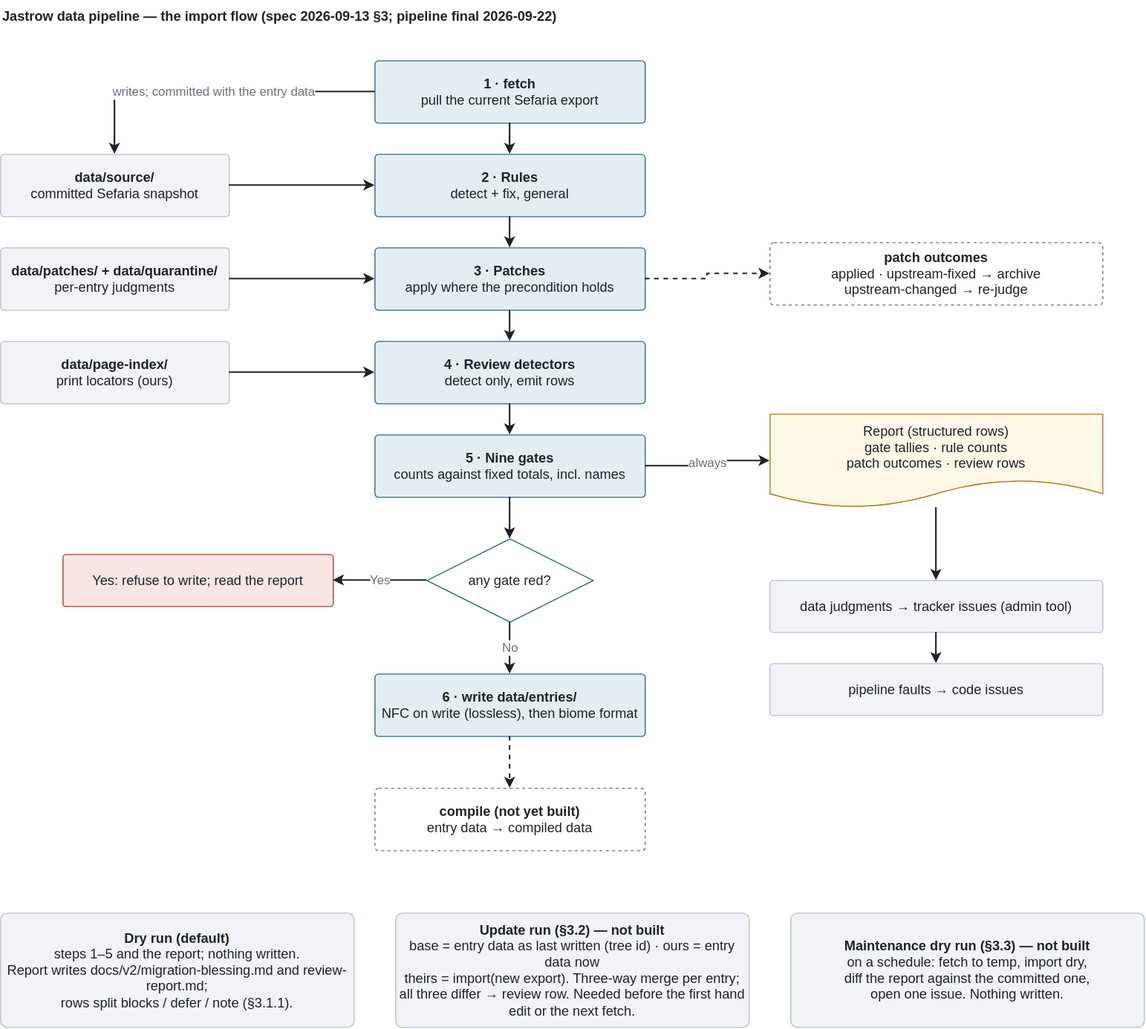
Above: docs/pipeline-flow.drawio.svg in UniquePixels/jastrow (draw.io), before the change. Source tidied: cells renumbered, new cells last; positions are measured from the earlier drawing's top-left corner, leaving out a move shared by most shapes.
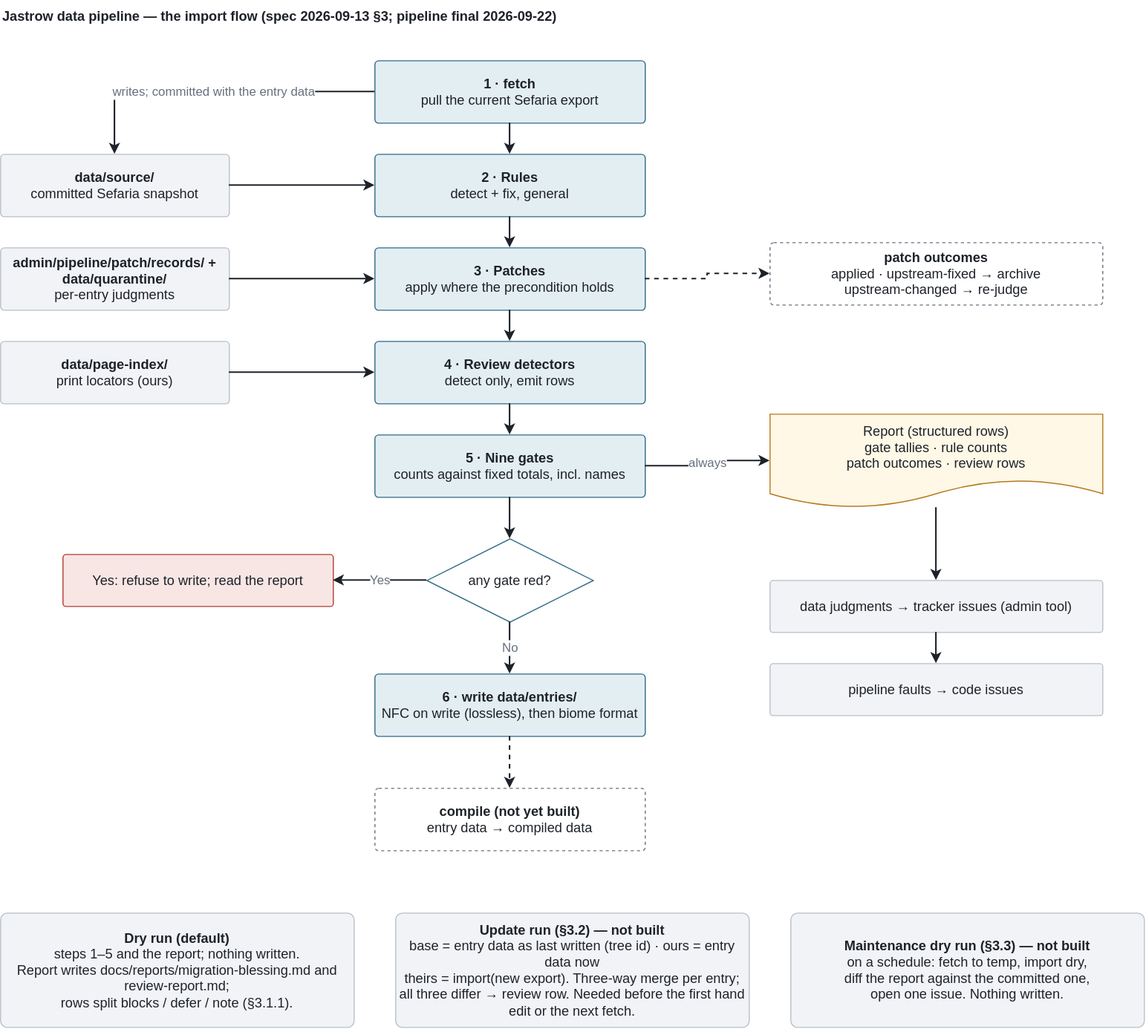
The same diagram one commit later.

Commit message:
🦠 fix(pipeline): close the last hole in the boundary

Diff of the diagram source:
```diff
@@ -11,7 +11,7 @@
     <mxCell id="4" value="&lt;b&gt;data/page-index/&lt;/b&gt;&lt;br&gt;print locators (ours)" style="rounded=1;arcSize=6;whiteSpace=wrap;html=1;fontFamily=Helvetica;fontSize=13;fontColor=#1E2229;fillColor=#F1F3F6;strokeColor=#B8C0CA;" parent="1" vertex="1">
       <mxGeometry y="328" width="220" height="60" as="geometry" />
     </mxCell>
-    <mxCell id="5" value="&lt;b&gt;data/patches/ + data/quarantine/&lt;/b&gt;&lt;br&gt;per-entry judgments" style="rounded=1;arcSize=6;whiteSpace=wrap;html=1;fontFamily=Helvetica;fontSize=13;fontColor=#1E2229;fillColor=#F1F3F6;strokeColor=#B8C0CA;" parent="1" vertex="1">
+    <mxCell id="5" value="&lt;b&gt;admin/pipeline/patch/records/ + data/quarantine/&lt;/b&gt;&lt;br&gt;per-entry judgments" style="rounded=1;arcSize=6;whiteSpace=wrap;html=1;fontFamily=Helvetica;fontSize=13;fontColor=#1E2229;fillColor=#F1F3F6;strokeColor=#B8C0CA;" parent="1" vertex="1">
       <mxGeometry y="238" width="220" height="60" as="geometry" />
     </mxCell>
     <mxCell id="6" value="&lt;b&gt;1 · fetch&lt;/b&gt;&lt;br&gt;pull the current Sefaria export" style="rounded=1;arcSize=6;whiteSpace=wrap;html=1;fontFamily=Helvetica;fontSize=13;fontColor=#1E2229;fillColor=#E3EEF3;strokeColor=#2E6A85;" parent="1" vertex="1">
@@ -53,7 +53,7 @@
     <mxCell id="18" value="pipeline faults → code issues" style="rounded=1;arcSize=6;whiteSpace=wrap;html=1;fontFamily=Helvetica;fontSize=13;fontColor=#1E2229;fillColor=#F1F3F6;strokeColor=#B8C0CA;" parent="1" vertex="1">
       <mxGeometry x="740" y="638" width="320" height="50" as="geometry" />
     </mxCell>
-    <mxCell id="19" value="&lt;b&gt;Dry run (default)&lt;/b&gt;&lt;br&gt;steps 1–5 and the report; nothing written.&lt;br&gt;Report writes docs/v2/migration-blessing.md and review-report.md;&lt;br&gt;rows split blocks / defer / note (§3.1.1)." style="rounded=1;arcSize=6;whiteSpace=wrap;html=1;fontFamily=Helvetica;fontSize=13;fontColor=#1E2229;fillColor=#F1F3F6;strokeColor=#B8C0CA;" parent="1" vertex="1">
+    <mxCell id="19" value="&lt;b&gt;Dry run (default)&lt;/b&gt;&lt;br&gt;steps 1–5 and the report; nothing written.&lt;br&gt;Report writes docs/reports/migration-blessing.md and review-report.md;&lt;br&gt;rows split blocks / defer / note (§3.1.1)." style="rounded=1;arcSize=6;whiteSpace=wrap;html=1;fontFamily=Helvetica;fontSize=13;fontColor=#1E2229;fillColor=#F1F3F6;strokeColor=#B8C0CA;" parent="1" vertex="1">
       <mxGeometry y="878" width="340" height="110" as="geometry" />
     </mxCell>
     <mxCell id="20" value="&lt;b&gt;Update run (§3.2) — not built&lt;/b&gt;&lt;br&gt;base = entry data as last written (tree id) · ours = entry data now&lt;br&gt;theirs = import(new export). Three-way merge per entry;&lt;br&gt;all three differ → review row. Needed before the first hand edit or the next fetch." style="rounded=1;arcSize=6;whiteSpace=wrap;html=1;fontFamily=Helvetica;fontSize=13;fontColor=#1E2229;fillColor=#F1F3F6;strokeColor=#B8C0CA;" parent="1" vertex="1">
```
